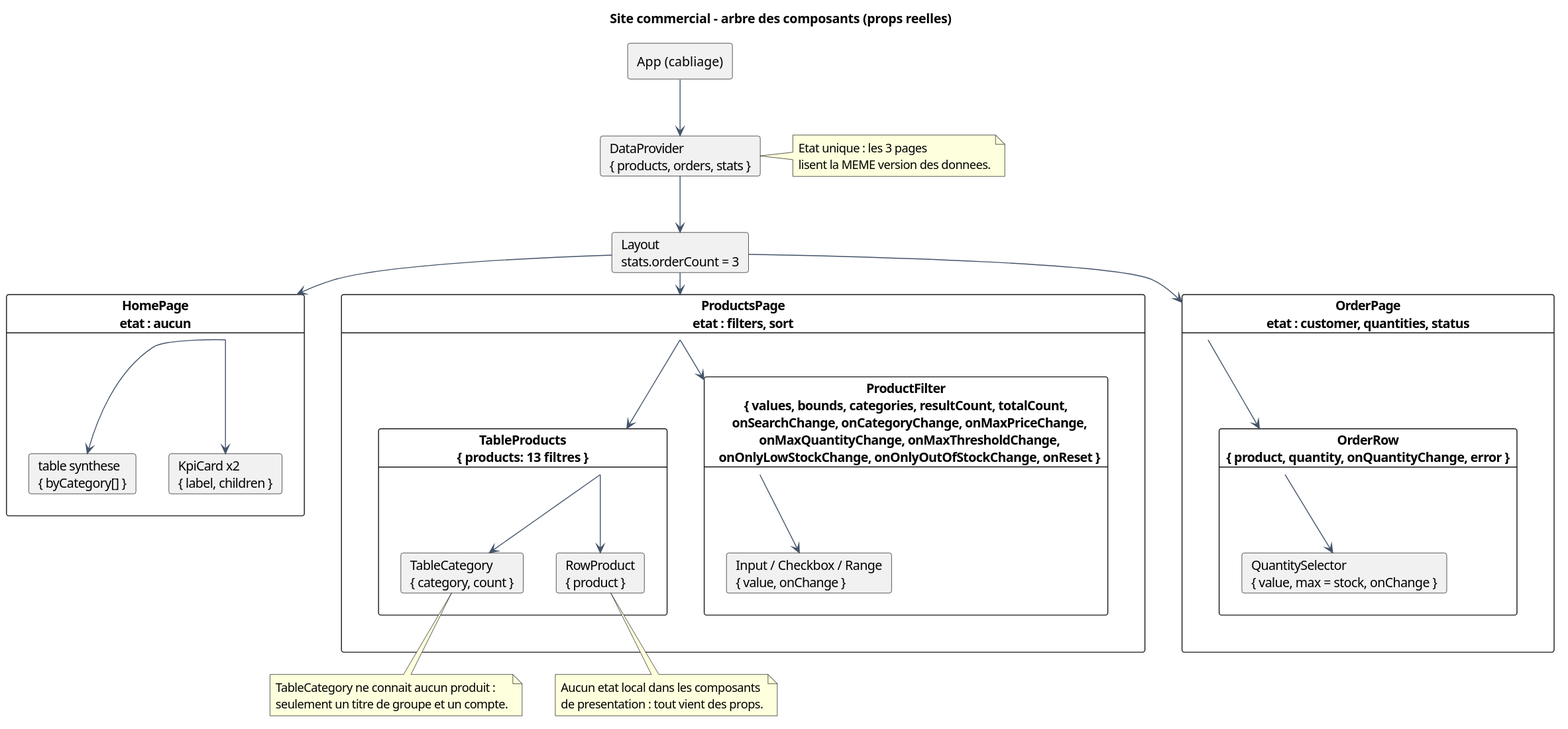
The PlantUML diagram docs/diagrammes/02-arbre-composants.svg in wenkais196-Gabriel/mini-projet-site-commercial, before a commit.
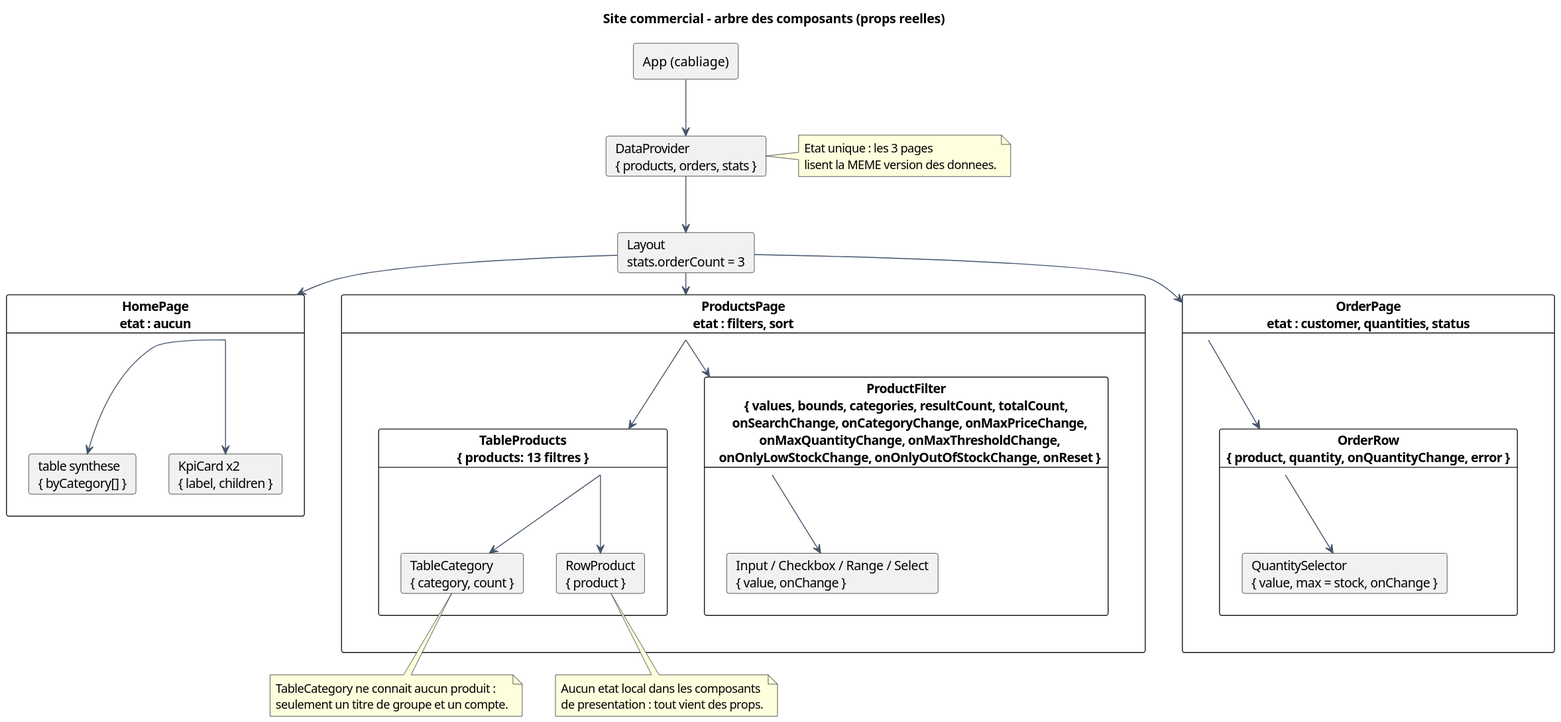
Above is the later version.

Commit message:
docs: declare l'atome Select dans le compte-rendu, AGENTS et les diagrammes

Change to the diagram source:
```diff
@@ -21,7 +21,7 @@
 
 card "ProductsPage\netat : filters, sort" as Produits {
   card "ProductFilter\n{ values, bounds, categories, resultCount, totalCount,\n  onSearchChange, onCategoryChange, onMaxPriceChange,\n  onMaxQuantityChange, onMaxThresholdChange,\n  onOnlyLowStockChange, onOnlyOutOfStockChange, onReset }" as F {
-    card "Input / Checkbox / Range\n{ value, onChange }" as Atomes
+    card "Input / Checkbox / Range / Select\n{ value, onChange }" as Atomes
   }
   card "TableProducts\n{ products: 13 filtres }" as T {
     card "TableCategory\n{ category, count }" as C
```
